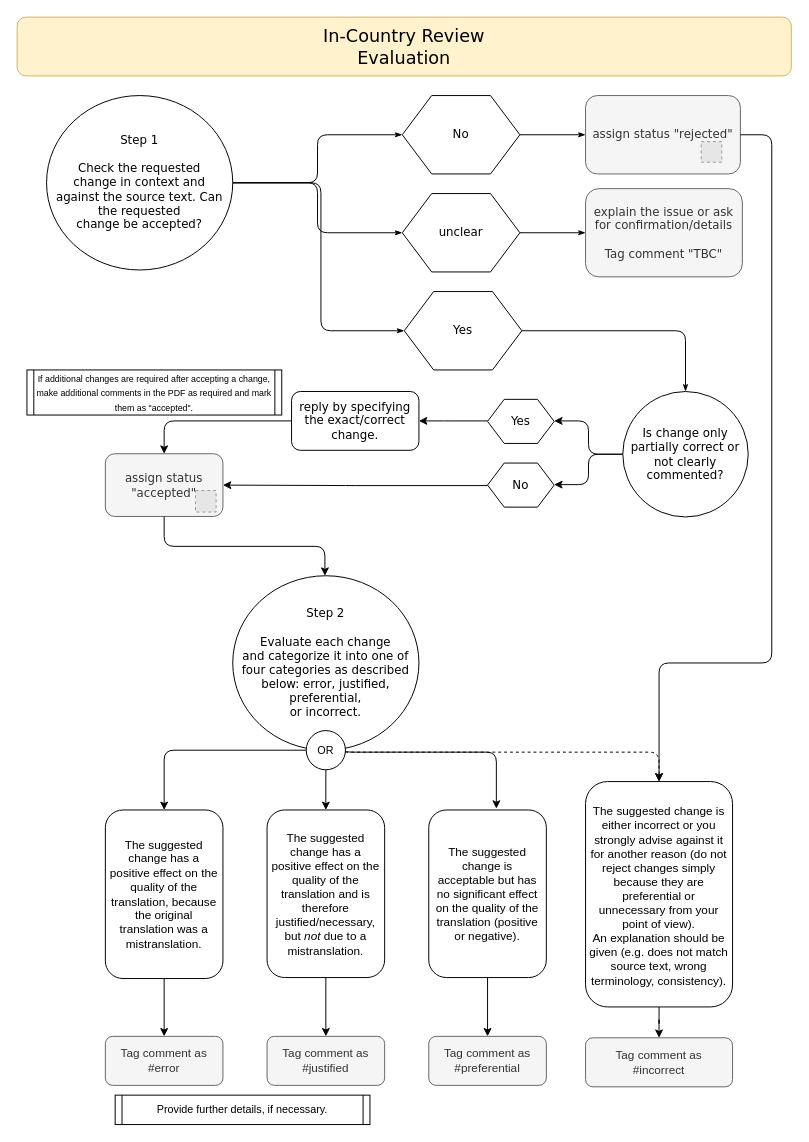
Before: 20190319_ICR-Eval-Flow.drawio in jamizuno/hello-world, a draw.io diagram. Source tidied: cells renumbered, new cells numbered last; positions are measured from the earlier drawing's top-left corner, leaving out a move shared by most shapes. Both pictures are drawn from the tidied source at 98%, with x=0, y=0 at pixel (17, 17). Pictures stored in the file or linked from it are replaced by grey dashed boxes.
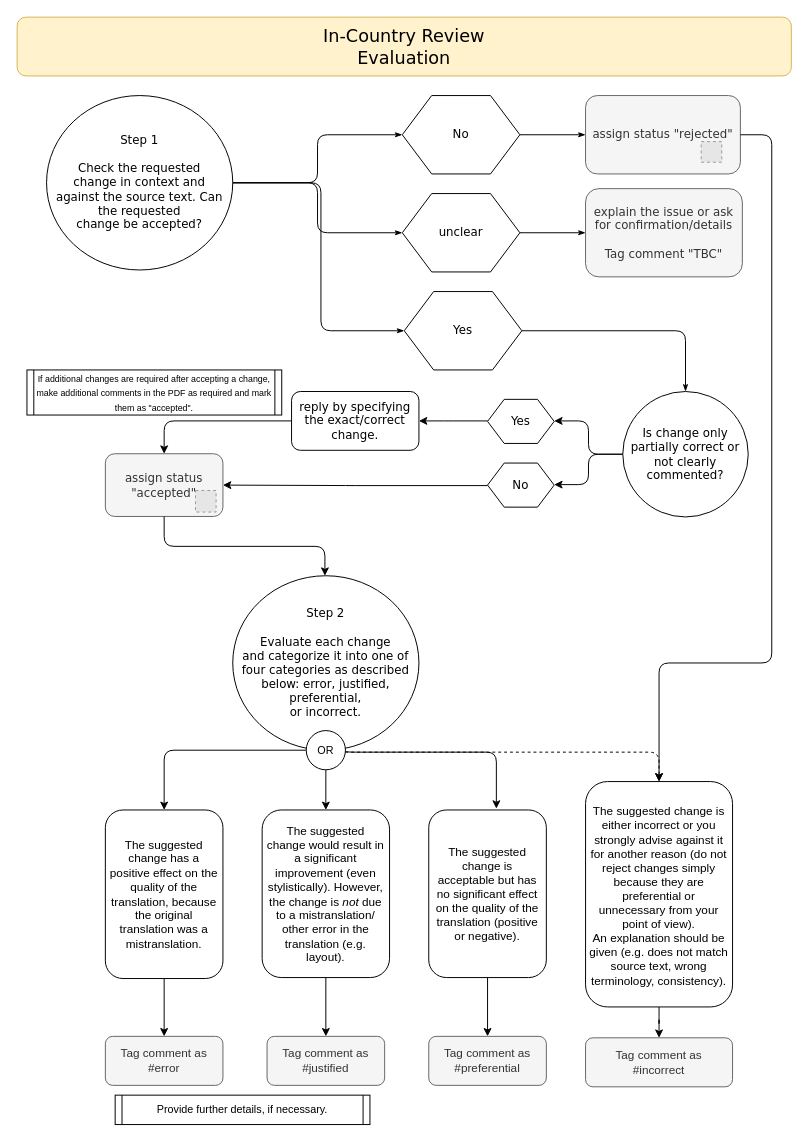
The same diagram, later.

What changed in the source:
```diff
@@
-    <mxCell id="34" value="The suggested change has a positive effect on the quality of the translation and is therefore justified/necessary, but &lt;i&gt;not &lt;/i&gt;due to a mistranslation." style="rounded=1;whiteSpace=wrap;html=1;verticalAlign=middle;spacing=5;align=center;" parent="1" vertex="1">
-      <mxGeometry x="255" y="809" width="120" height="171" as="geometry" />
+    <mxCell id="34" value="&lt;div&gt;The suggested change would result in a significant improvement (even stylistically). However, the change is &lt;i&gt;not &lt;/i&gt;due to a mistranslation/ other error in the translation (e.g. layout).&lt;/div&gt;" style="rounded=1;whiteSpace=wrap;html=1;verticalAlign=middle;spacing=5;align=center;" parent="1" vertex="1">
+      <mxGeometry x="250" y="809" width="130" height="171" as="geometry" />
     </mxCell>
```
